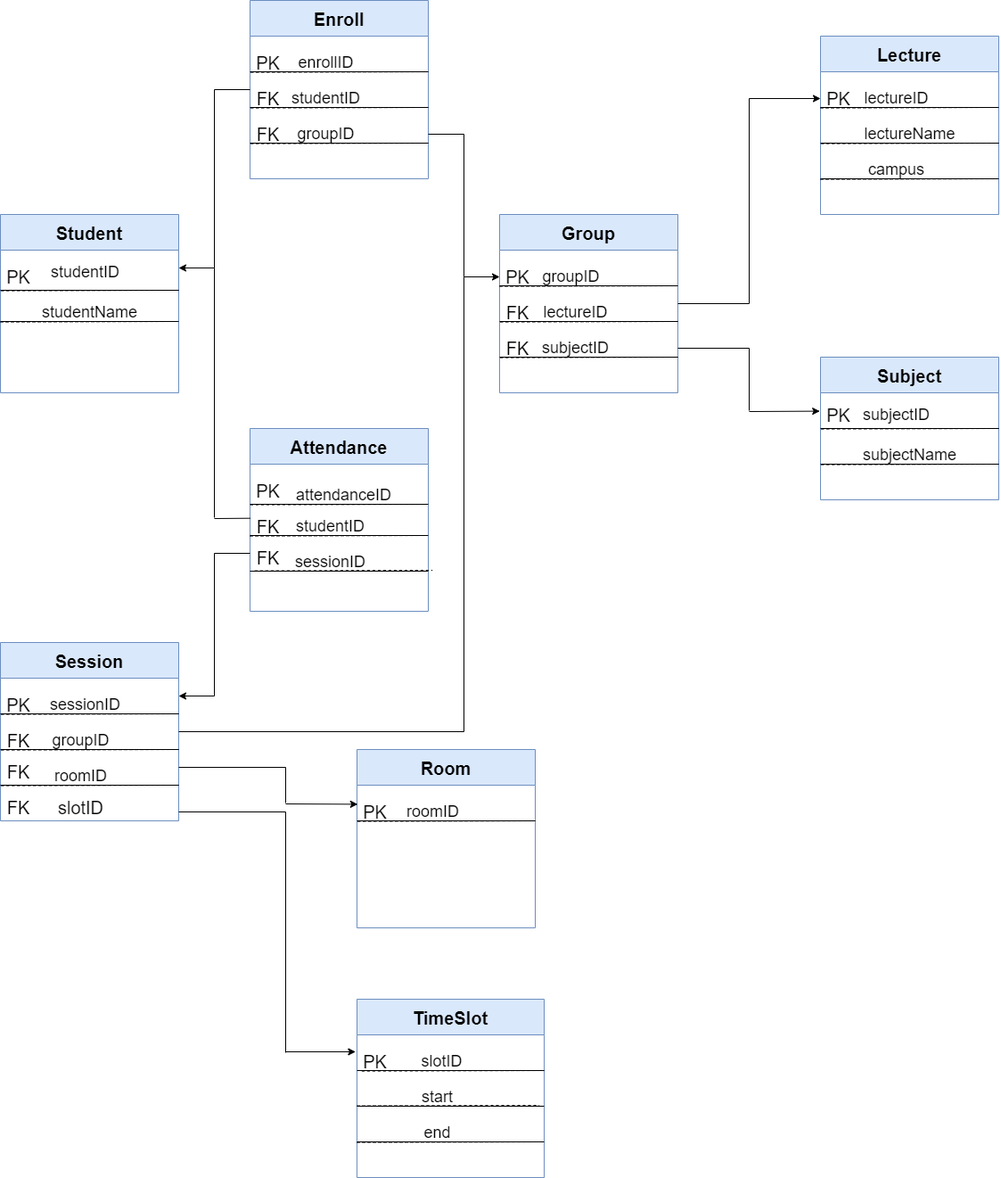
Above: document/DBI.drawio.png in dungdt23/PRJ301_MyAssignment (draw.io), before the change. Source tidied: cells renumbered, new cells last; positions are measured from the earlier drawing's top-left corner, leaving out a move shared by most shapes.
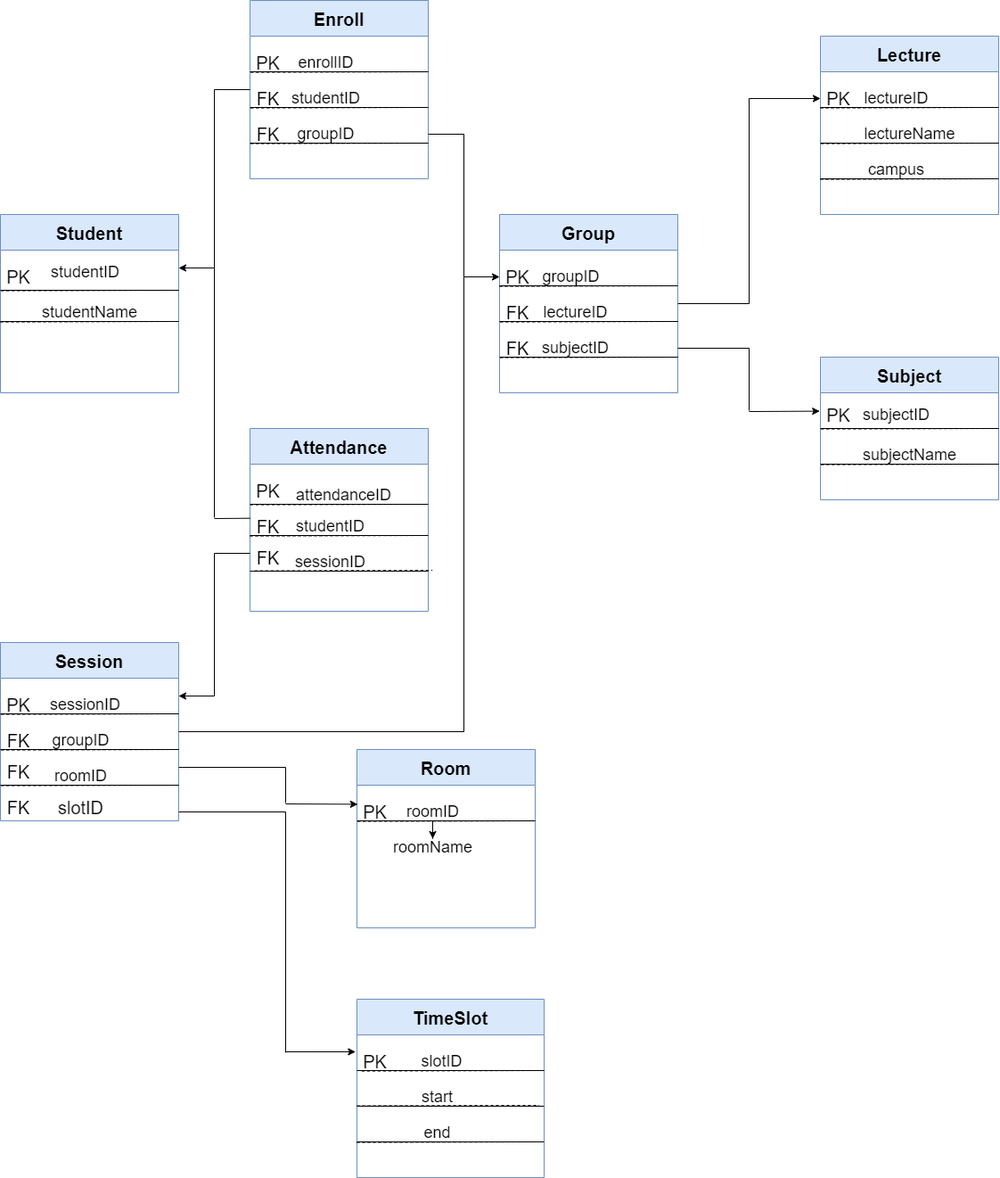
After the commit.

Change to the diagram source:
```diff
@@ -299,6 +299,9 @@
     <mxCell id="66" value="Room" style="swimlane;startSize=40;fontSize=20;fillColor=#dae8fc;strokeColor=#6c8ebf;" parent="1" vertex="1">
       <mxGeometry x="400" y="840" width="200" height="200" as="geometry" />
     </mxCell>
+    <mxCell id="126" style="edgeStyle=orthogonalEdgeStyle;rounded=0;jettySize=auto;html=1;" parent="66" edge="1" source="67" target="127">
+      <mxGeometry relative="1" as="geometry" />
+    </mxCell>
     <mxCell id="67" value="&lt;font style=&quot;font-size: 18px;&quot;&gt;roomID&lt;/font&gt;" style="text;html=1;align=center;verticalAlign=middle;points=[];strokeColor=none;fillColor=none;" parent="66" vertex="1">
       <mxGeometry x="50" y="60" width="70" height="20" as="geometry" />
     </mxCell>
@@ -317,6 +320,9 @@
         <mxPoint x="200" y="80" as="targetPoint" />
       </mxGeometry>
     </mxCell>
+    <mxCell id="127" value="&lt;font style=&quot;font-size: 18px;&quot;&gt;roomName&lt;/font&gt;" style="text;html=1;align=center;verticalAlign=middle;points=[];strokeColor=none;fillColor=none;" parent="66" vertex="1">
+      <mxGeometry x="35" y="100" width="100" height="20" as="geometry" />
+    </mxCell>
     <mxCell id="71" value="TimeSlot" style="swimlane;startSize=40;fontSize=20;fillColor=#dae8fc;strokeColor=#6c8ebf;" parent="1" vertex="1">
       <mxGeometry x="400" y="1120" width="210" height="200" as="geometry" />
     </mxCell>
```
